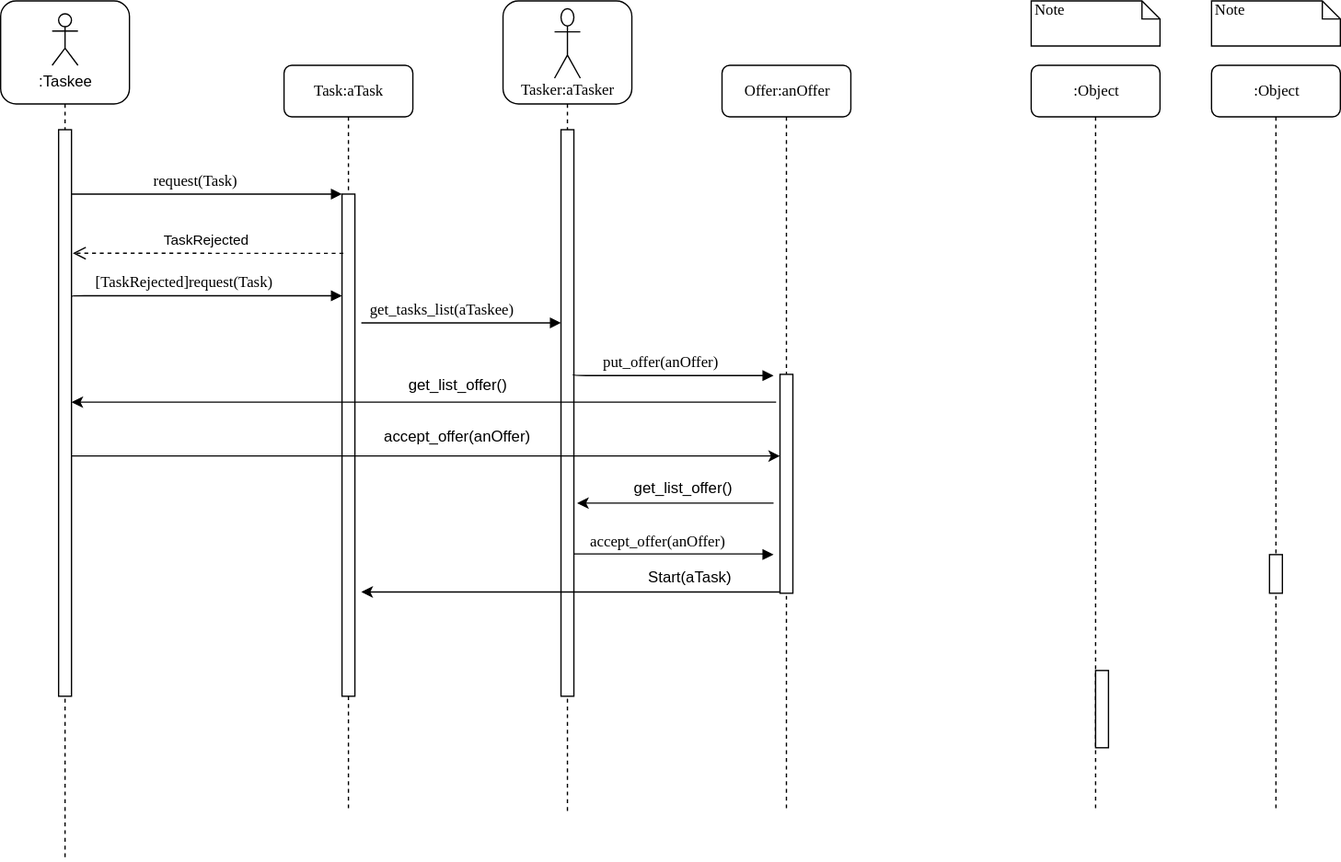
hessamhz/software-engineering-project keeps this draw.io diagram as planning-and-analysis/functional-modeling/diagrams/sequence-diagram/request-accept.svg. Above is the earlier version. Source tidied: cells renumbered, new cells last; positions are measured from the earlier drawing's top-left corner, leaving out a move shared by most shapes.
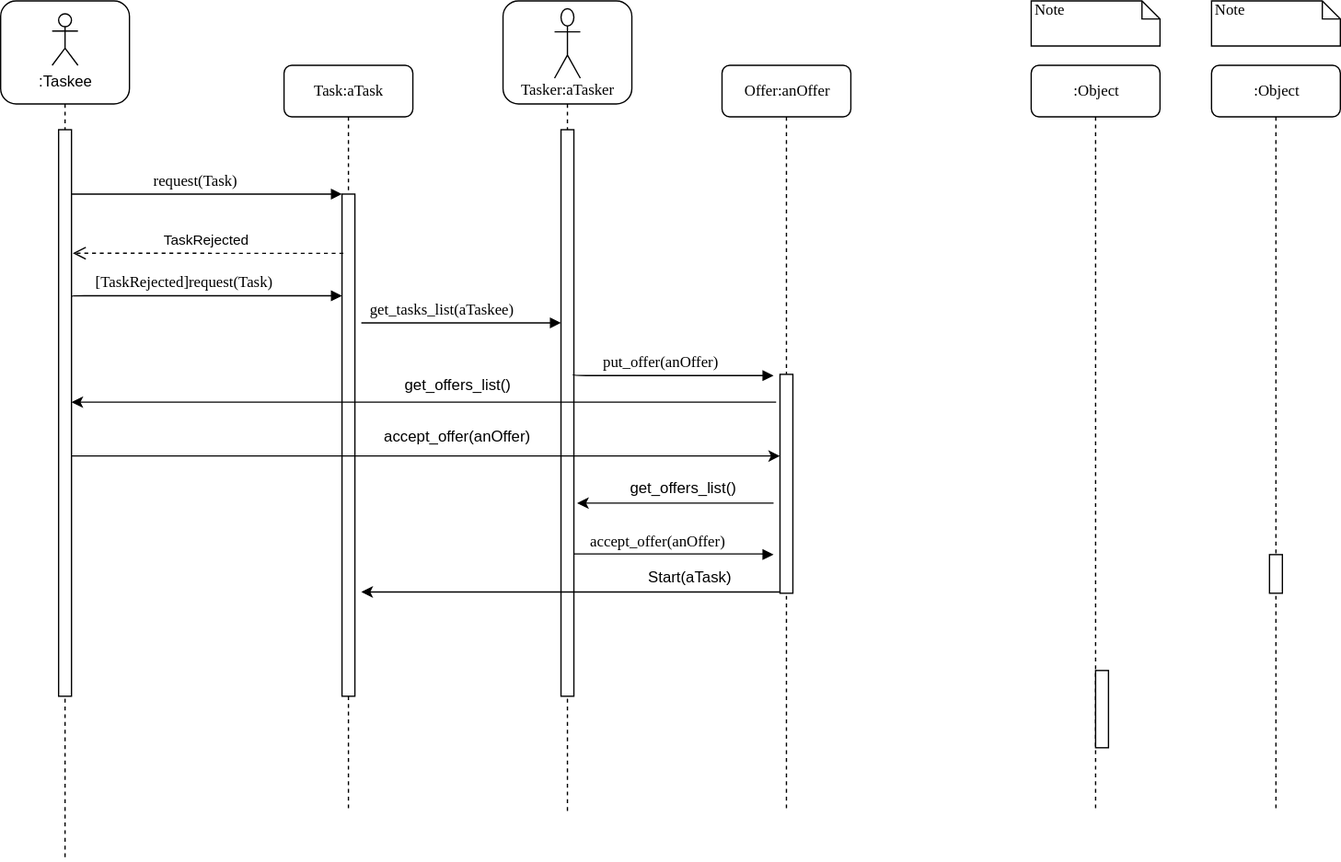
The same file after the commit.

The edit, as a diff of the source:
```diff
@@ -88,8 +88,8 @@
     <mxCell id="23" style="endArrow=classic;html=1;exitX=-0.3;exitY=0.127;exitDx=0;exitDy=0;exitPerimeter=0;" parent="1" edge="1" source="8" target="12">
       <mxGeometry relative="1" as="geometry" />
     </mxCell>
-    <mxCell id="24" value="get_list_offer()" style="text;html=1;align=center;verticalAlign=middle;" parent="1" vertex="1">
-      <mxGeometry x="310" y="290" width="90" height="20" as="geometry" />
+    <mxCell id="24" value="get_offers_list()" style="text;html=1;align=center;verticalAlign=middle;" parent="1" vertex="1">
+      <mxGeometry x="305" y="290" width="100" height="20" as="geometry" />
     </mxCell>
     <mxCell id="25" style="endArrow=classic;html=1;entryX=0;entryY=0.373;entryDx=0;entryDy=0;entryPerimeter=0;" parent="1" edge="1" source="12" target="8">
       <mxGeometry relative="1" as="geometry" />
@@ -112,8 +112,8 @@
         <mxPoint x="447.5" y="390" as="targetPoint" />
       </mxGeometry>
     </mxCell>
-    <mxCell id="29" value="get_list_offer()" style="text;html=1;align=center;verticalAlign=middle;" parent="1" vertex="1">
-      <mxGeometry x="485" y="370" width="90" height="20" as="geometry" />
+    <mxCell id="29" value="get_offers_list()" style="text;html=1;align=center;verticalAlign=middle;" parent="1" vertex="1">
+      <mxGeometry x="480" y="370" width="100" height="20" as="geometry" />
     </mxCell>
     <mxCell id="30" style="endArrow=classic;html=1;" parent="1" edge="1">
       <mxGeometry relative="1" as="geometry">
```
